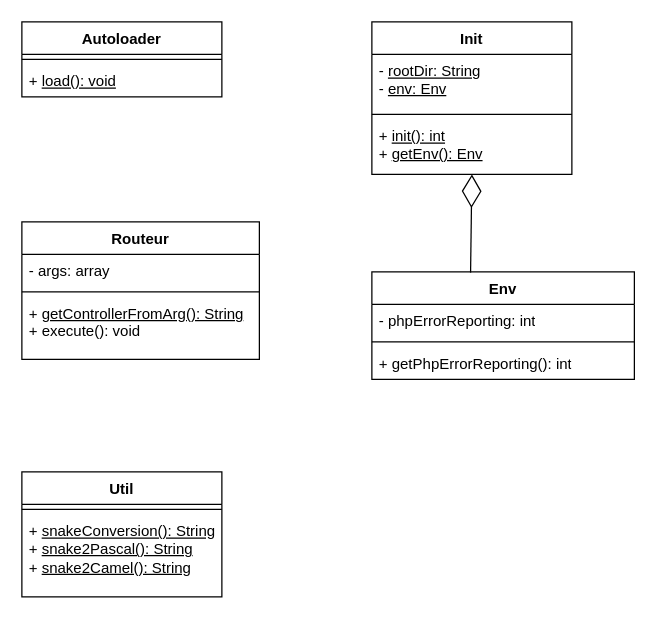
This is UML/Core.drawio from Alexandre-SBEGHEN/BUT-S3.01-CYBER-Cigales, a draw.io file, before an edit. Source tidied: cells renumbered, new cells numbered last; positions are measured from the earlier drawing's top-left corner, leaving out a move shared by most shapes. Both pictures are drawn from the tidied source at 125%, with x=0, y=0 at pixel (21, 21).
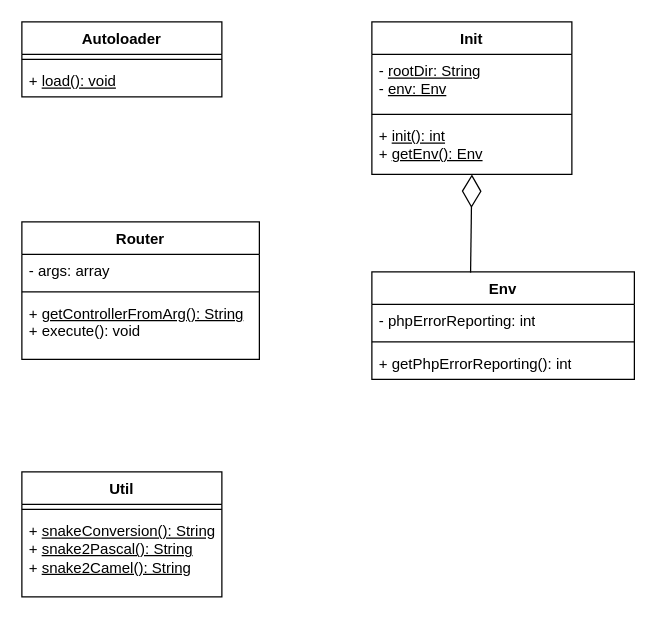
The same diagram, later.

Commit message:
fix(UML): correction du nom de la class Router

The edit, as a diff of the source:
```diff
@@
-    <mxCell id="13" value="Routeur" style="swimlane;fontStyle=1;align=center;verticalAlign=top;horizontal=1;startSize=26;whiteSpace=wrap;html=1;" parent="1" vertex="1">
+    <mxCell id="13" value="Router" style="swimlane;fontStyle=1;align=center;verticalAlign=top;horizontal=1;startSize=26;whiteSpace=wrap;html=1;" parent="1" vertex="1">
       <mxGeometry y="160" width="190" height="110" as="geometry" />
     </mxCell>
```
